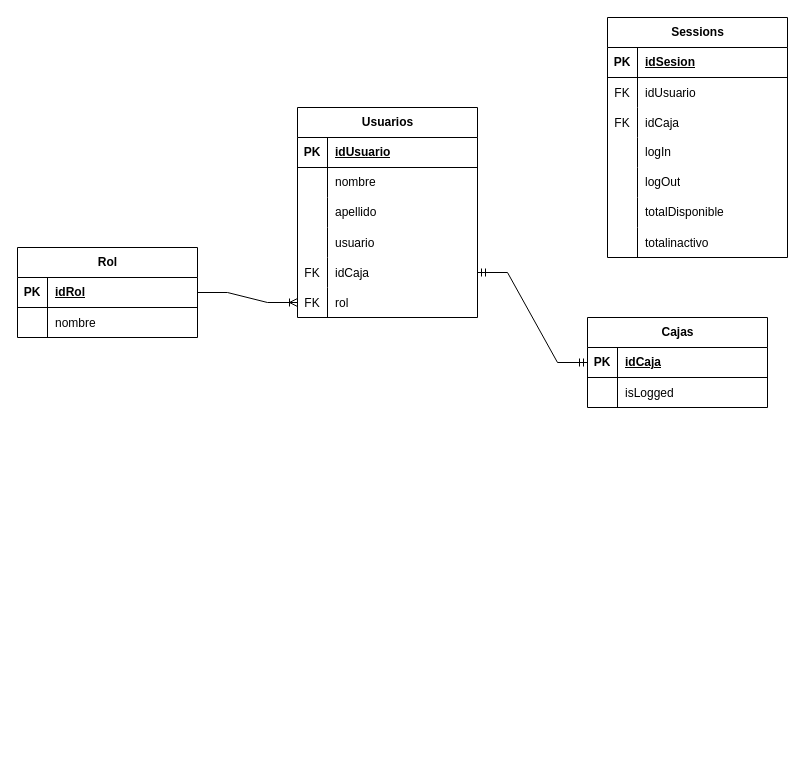
This is Cashier-Queue.drawio from tutedcs/cachier-queue-api, a draw.io file, before an edit. Source tidied: cells renumbered, new cells numbered last; positions are measured from the earlier drawing's top-left corner, leaving out a move shared by most shapes. Both pictures are drawn from the tidied source at 100%, with x=0, y=0 at pixel (17, 17).
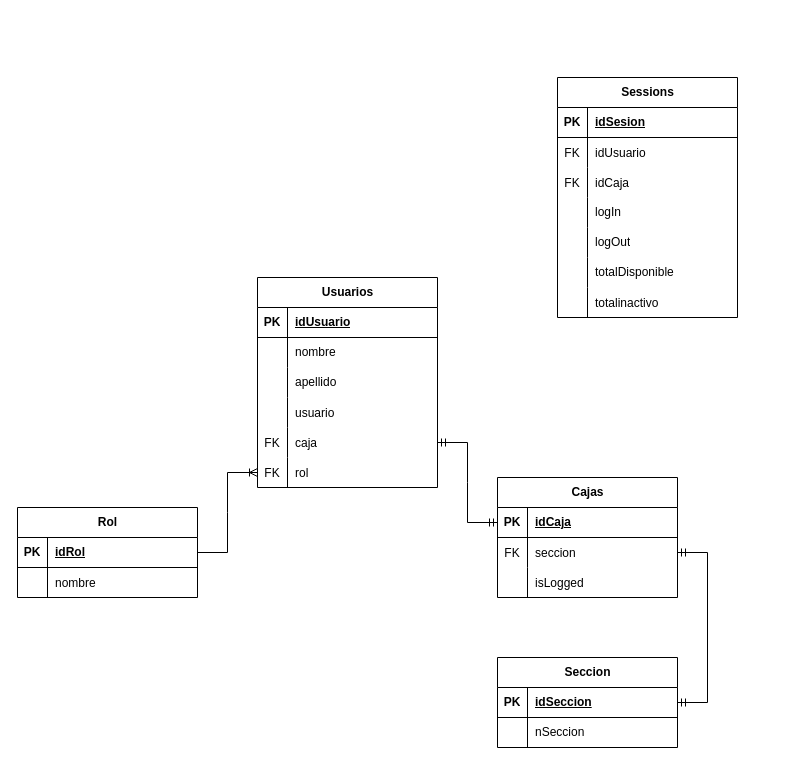
After the change.

Unchanged cells that the change refers to:
```xml
<mxCell id="15" style="shape=tableRow;horizontal=0;startSize=0;swimlaneHead=0;swimlaneBody=0;fillColor=none;points=[[0,0.5],[1,0.5]];portConstraint=eastwest;top=0;left=0;right=0;bottom=0;" parent="2" vertex="1">
  <mxGeometry y="150" width="180" height="30" as="geometry" />
</mxCell>
<mxCell id="52" style="shape=tableRow;horizontal=0;startSize=0;swimlaneHead=0;swimlaneBody=0;fillColor=none;points=[[0,0.5],[1,0.5]];portConstraint=eastwest;top=0;left=0;right=0;bottom=1;" parent="51" vertex="1">
  <mxGeometry y="30" width="180" height="30" as="geometry" />
</mxCell>
```

What changed in the source:
```diff
@@
     <mxCell id="2" value="Usuarios" style="shape=table;startSize=30;childLayout=tableLayout;rowLines=0;fontStyle=1;align=center;html=1;" parent="1" vertex="1">
-      <mxGeometry x="280" y="90" width="180" height="210" as="geometry" />
+      <mxGeometry x="240" y="260" width="180" height="210" as="geometry" />
     </mxCell>
@@
-    <mxCell id="17" value="idCaja" style="shape=partialRectangle;fillColor=none;top=0;left=0;bottom=0;right=0;align=left;spacingLeft=6;overflow=hidden;" parent="15" vertex="1">
+    <mxCell id="17" value="caja" style="shape=partialRectangle;fillColor=none;top=0;left=0;bottom=0;right=0;align=left;spacingLeft=6;overflow=hidden;" parent="15" vertex="1">
       <mxGeometry x="30" width="150" height="30" as="geometry" />
     </mxCell>
@@
     <mxCell id="21" value="Sessions" style="shape=table;startSize=30;childLayout=tableLayout;rowLines=0;fontStyle=1;align=center;html=1;" parent="1" vertex="1">
-      <mxGeometry x="590" width="180" height="240" as="geometry" />
+      <mxGeometry x="540" y="60" width="180" height="240" as="geometry" />
     </mxCell>
@@
     <mxCell id="43" value="Rol" style="shape=table;startSize=30;childLayout=tableLayout;rowLines=0;fontStyle=1;align=center;html=1;" parent="1" vertex="1">
-      <mxGeometry y="230" width="180" height="90" as="geometry" />
+      <mxGeometry y="490" width="180" height="90" as="geometry" />
     </mxCell>
@@
     <mxCell id="51" value="Cajas" style="shape=table;startSize=30;childLayout=tableLayout;rowLines=0;fontStyle=1;align=center;html=1;" parent="1" vertex="1">
-      <mxGeometry x="570" y="300" width="180" height="90" as="geometry" />
+      <mxGeometry x="480" y="460" width="180" height="120" as="geometry" />
     </mxCell>
@@
+    <mxCell id="59" style="shape=tableRow;horizontal=0;startSize=0;swimlaneHead=0;swimlaneBody=0;fillColor=none;points=[[0,0.5],[1,0.5]];portConstraint=eastwest;top=0;left=0;right=0;bottom=0;" parent="51" vertex="1">
+      <mxGeometry y="60" width="180" height="30" as="geometry" />
+    </mxCell>
+    <mxCell id="60" value="FK" style="shape=partialRectangle;fillColor=none;top=0;left=0;bottom=0;right=0;overflow=hidden;" parent="59" vertex="1">
+      <mxGeometry width="30" height="30" as="geometry" />
+    </mxCell>
+    <mxCell id="61" value="seccion" style="shape=partialRectangle;fillColor=none;top=0;left=0;bottom=0;right=0;align=left;spacingLeft=6;overflow=hidden;" parent="59" vertex="1">
+      <mxGeometry x="30" width="150" height="30" as="geometry" />
+    </mxCell>
     <mxCell id="55" style="shape=tableRow;horizontal=0;startSize=0;swimlaneHead=0;swimlaneBody=0;fillColor=none;top=0;left=0;right=0;bottom=0;" parent="51" vertex="1">
-      <mxGeometry y="60" width="180" height="30" as="geometry" />
+      <mxGeometry y="90" width="180" height="30" as="geometry" />
     </mxCell>
@@
     <mxCell id="58" style="edgeStyle=entityRelationEdgeStyle;fontSize=12;html=1;endArrow=ERmandOne;startArrow=ERmandOne;rounded=0;entryX=0;entryY=0.5;entryDx=0;entryDy=0;exitX=1;exitY=0.5;exitDx=0;exitDy=0;" parent="1" edge="1" source="15" target="52">
       <mxGeometry relative="1" as="geometry">
         <Array as="points">
-          <mxPoint x="399" y="490" />
+          <mxPoint x="329" y="740" />
         </Array>
       </mxGeometry>
     </mxCell>
+    <mxCell id="62" value="Seccion" style="shape=table;startSize=30;childLayout=tableLayout;rowLines=0;fontStyle=1;align=center;html=1;" parent="1" vertex="1">
+      <mxGeometry x="480" y="640" width="180" height="90" as="geometry" />
+    </mxCell>
+    <mxCell id="63" style="shape=tableRow;horizontal=0;startSize=0;swimlaneHead=0;swimlaneBody=0;fillColor=none;points=[[0,0.5],[1,0.5]];portConstraint=eastwest;top=0;left=0;right=0;bottom=1;" parent="62" vertex="1">
+      <mxGeometry y="30" width="180" height="30" as="geometry" />
+    </mxCell>
+    <mxCell id="64" value="PK" style="shape=partialRectangle;fillColor=none;top=0;left=0;bottom=0;right=0;fontStyle=1;overflow=hidden;whiteSpace=wrap;html=1;" parent="63" vertex="1">
+      <mxGeometry width="30" height="30" as="geometry" />
+    </mxCell>
+    <mxCell id="65" value="idSeccion" style="shape=partialRectangle;fillColor=none;top=0;left=0;bottom=0;right=0;align=left;spacingLeft=6;fontStyle=5;overflow=hidden;whiteSpace=wrap;html=1;" parent="63" vertex="1">
+      <mxGeometry x="30" width="150" height="30" as="geometry" />
+    </mxCell>
+    <mxCell id="66" style="shape=tableRow;horizontal=0;startSize=0;swimlaneHead=0;swimlaneBody=0;fillColor=none;top=0;left=0;right=0;bottom=0;" parent="62" vertex="1">
+      <mxGeometry y="60" width="180" height="30" as="geometry" />
+    </mxCell>
+    <mxCell id="67" style="shape=partialRectangle;fillColor=none;top=0;left=0;bottom=0;right=0;overflow=hidden;whiteSpace=wrap;html=1;" parent="66" vertex="1">
+      <mxGeometry width="30" height="30" as="geometry" />
+    </mxCell>
+    <mxCell id="68" value="nSeccion" style="shape=partialRectangle;fillColor=none;top=0;left=0;bottom=0;right=0;align=left;spacingLeft=6;overflow=hidden;whiteSpace=wrap;html=1;" parent="66" vertex="1">
+      <mxGeometry x="30" width="150" height="30" as="geometry" />
+    </mxCell>
+    <mxCell id="69" style="edgeStyle=entityRelationEdgeStyle;fontSize=12;html=1;endArrow=ERmandOne;startArrow=ERmandOne;rounded=0;exitX=1;exitY=0.5;exitDx=0;exitDy=0;" parent="1" edge="1" source="59" target="63">
+      <mxGeometry relative="1" as="geometry" />
+    </mxCell>
```
